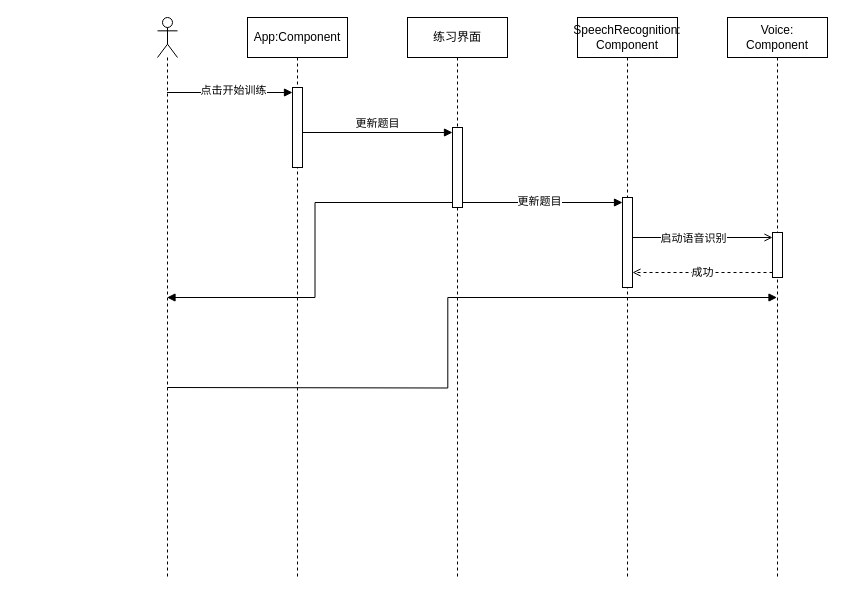
Above: page "第 1 页" (1 of 2) of doremi.drawio in onlyzlc/doremi (draw.io), before the change. Source tidied: cells renumbered, new cells numbered last; positions are measured from the earlier drawing's top-left corner, leaving out a move shared by most shapes. Both pictures are drawn from the tidied source at 100%, with x=0, y=0 at pixel (157, 17).
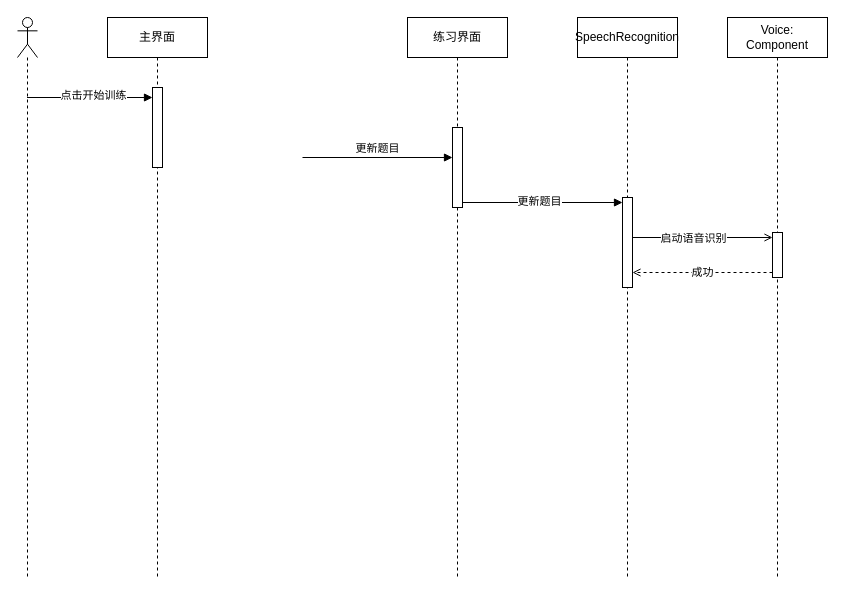
After the change.

Unchanged cells that the change refers to:
```xml
<mxCell id="3" style="html=1;points=[[0,0,0,0,5],[0,1,0,0,-5],[1,0,0,0,5],[1,1,0,0,-5]];perimeter=orthogonalPerimeter;outlineConnect=0;targetShapes=umlLifeline;portConstraint=eastwest;newEdgeStyle={&quot;curved&quot;:0,&quot;rounded&quot;:0};" parent="2" vertex="1">
  <mxGeometry x="45" y="70" width="10" height="80" as="geometry" />
</mxCell>
<mxCell id="6" value="Voice: Component" style="shape=umlLifeline;perimeter=lifelinePerimeter;html=1;outlineConnect=0;portConstraint=eastwest;newEdgeStyle={&quot;curved&quot;:0,&quot;rounded&quot;:0};whiteSpace=wrap;snapToPoint=1;" parent="1" vertex="1">
  <mxGeometry x="570" width="100" height="560" as="geometry" />
</mxCell>
<mxCell id="13" style="html=1;points=[[0,0,0,0,5],[0,1,0,0,-5],[1,0,0,0,5],[1,1,0,0,-5]];perimeter=orthogonalPerimeter;outlineConnect=0;targetShapes=umlLifeline;portConstraint=eastwest;newEdgeStyle={&quot;curved&quot;:0,&quot;rounded&quot;:0};" parent="12" vertex="1">
  <mxGeometry x="45" y="110" width="10" height="80" as="geometry" />
</mxCell>
```

Change to the diagram source:
```diff
@@
-    <mxCell id="2" value="App:Component" style="shape=umlLifeline;perimeter=lifelinePerimeter;whiteSpace=wrap;html=1;newEdgeStyle={&quot;curved&quot;:0,&quot;rounded&quot;:0};" parent="1" vertex="1">
-      <mxGeometry x="90" width="100" height="560" as="geometry" />
+    <mxCell id="2" value="主界面" style="shape=umlLifeline;perimeter=lifelinePerimeter;whiteSpace=wrap;html=1;newEdgeStyle={&quot;curved&quot;:0,&quot;rounded&quot;:0};" parent="1" vertex="1">
+      <mxGeometry x="-50" width="100" height="560" as="geometry" />
     </mxCell>
@@
-    <mxCell id="4" value="SpeechRecognition: Component" style="shape=umlLifeline;perimeter=lifelinePerimeter;html=1;newEdgeStyle={&quot;curved&quot;:0,&quot;rounded&quot;:0};whiteSpace=wrap;" parent="1" vertex="1">
+    <mxCell id="4" value="SpeechRecognition" style="shape=umlLifeline;perimeter=lifelinePerimeter;html=1;newEdgeStyle={&quot;curved&quot;:0,&quot;rounded&quot;:0};whiteSpace=wrap;" parent="1" vertex="1">
       <mxGeometry x="420" width="100" height="560" as="geometry" />
     </mxCell>
@@
-    <mxCell id="8" style="edgeStyle=orthogonalEdgeStyle;shape=connector;curved=0;rounded=0;jettySize=auto;html=1;strokeColor=default;align=center;verticalAlign=middle;fontFamily=Helvetica;fontSize=11;fontColor=default;labelBackgroundColor=default;endArrow=block;endFill=1;snapToPoint=0;" parent="1" edge="1" target="6">
-      <mxGeometry relative="1" as="geometry">
-        <mxPoint x="9.7" y="370" as="sourcePoint" />
-      </mxGeometry>
-    </mxCell>
     <mxCell id="9" style="shape=umlLifeline;perimeter=lifelinePerimeter;whiteSpace=wrap;html=1;outlineConnect=0;portConstraint=eastwest;newEdgeStyle={&quot;curved&quot;:0,&quot;rounded&quot;:0};participant=umlActor;" parent="1" vertex="1">
-      <mxGeometry width="20" height="560" as="geometry" />
+      <mxGeometry x="-140" width="20" height="560" as="geometry" />
     </mxCell>
-    <mxCell id="10" value="点击开始训练" style="edgeStyle=orthogonalEdgeStyle;rounded=0;jettySize=auto;html=1;curved=0;entryX=0;entryY=0;entryDx=0;entryDy=5;entryPerimeter=0;endArrow=block;endFill=1;" parent="1" edge="1" source="9" target="3">
+    <mxCell id="10" value="点击开始训练" style="rounded=0;jettySize=auto;html=1;endArrow=block;endFill=1;" parent="1" edge="1" target="3">
       <mxGeometry x="0.05" y="2" relative="1" as="geometry">
-        <Array as="points">
-          <mxPoint x="50" y="75" />
-          <mxPoint x="50" y="75" />
-        </Array>
+        <mxPoint x="-130.5" y="80" as="sourcePoint" />
       </mxGeometry>
     </mxCell>
-    <mxCell id="11" value="更新题目" style="html=1;verticalAlign=bottom;endArrow=block;curved=0;rounded=0;entryX=0;entryY=0;entryDx=0;entryDy=5;entryPerimeter=0;" parent="1" edge="1" source="3" target="13">
-      <mxGeometry relative="1" as="geometry" />
+    <mxCell id="11" value="更新题目" style="html=1;verticalAlign=bottom;endArrow=block;curved=0;rounded=0;entryX=0;entryY=0;entryDx=0;entryDy=5;entryPerimeter=0;" parent="1" edge="1">
+      <mxGeometry relative="1" as="geometry">
+        <mxPoint x="145" y="140" as="sourcePoint" />
+        <mxPoint x="295" y="140" as="targetPoint" />
+      </mxGeometry>
     </mxCell>
@@
-    <mxCell id="19" style="edgeStyle=orthogonalEdgeStyle;shape=connector;curved=0;rounded=0;jettySize=auto;html=1;strokeColor=default;align=center;verticalAlign=middle;fontFamily=Helvetica;fontSize=11;fontColor=default;labelBackgroundColor=default;endArrow=block;endFill=1;exitX=0;exitY=1;exitDx=0;exitDy=-5;exitPerimeter=0;" parent="1" edge="1" source="13" target="9">
-      <mxGeometry relative="1" as="geometry" />
-    </mxCell>
```
